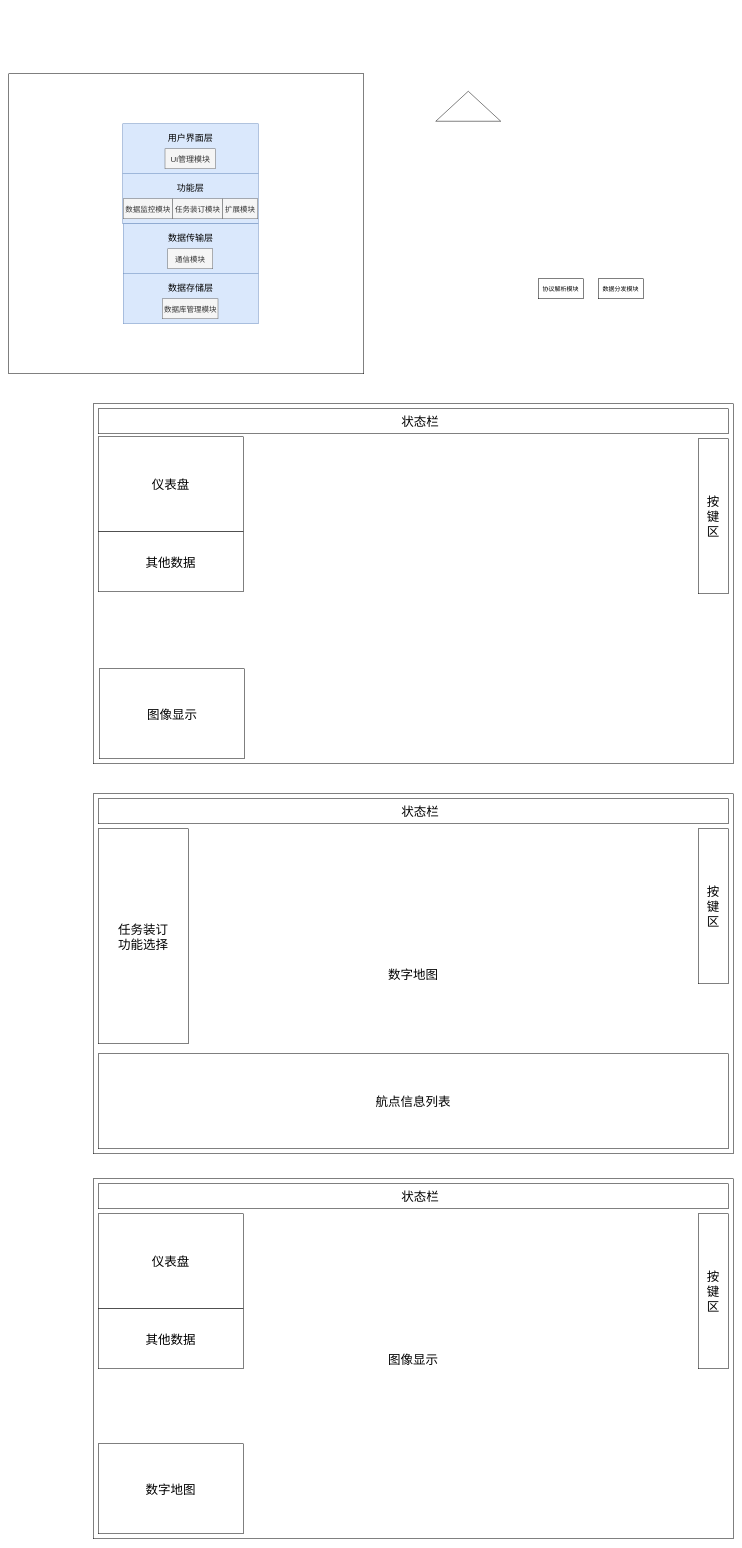
kkolento/myFlowChart keeps this draw.io diagram as Untitled Diagram.drawio. Above is the earlier version. Source tidied: cells renumbered, new cells numbered last; positions are measured from the earlier drawing's top-left corner, leaving out a move shared by most shapes. Both pictures are drawn from the tidied source at 50%, with x=0, y=0 at pixel (8, 74).
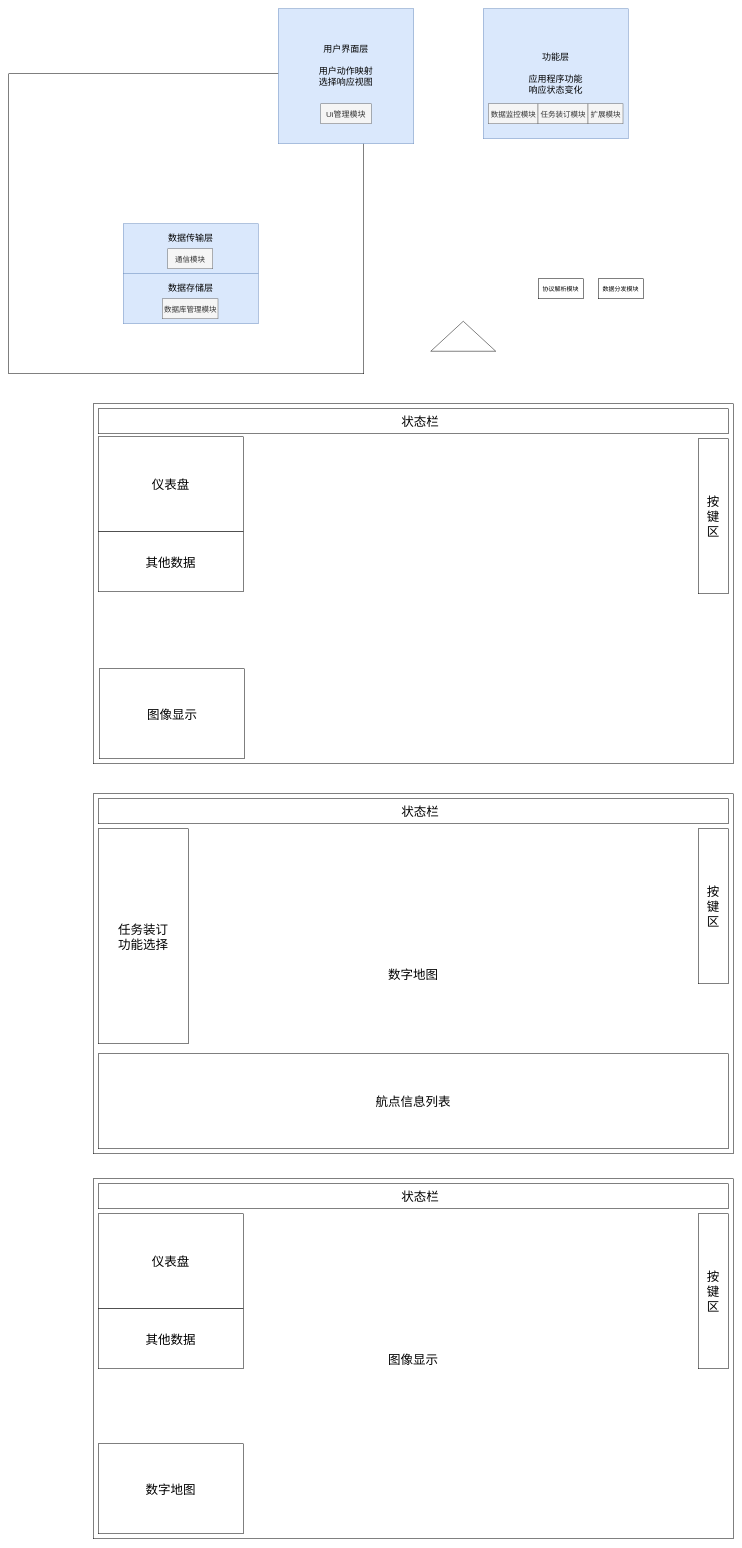
The same page after the edit.

What changed in the source:
```diff
@@
-    <mxCell id="4" value="&lt;font style=&quot;font-size: 18px&quot;&gt;功能层&lt;br&gt;&lt;br&gt;&lt;br&gt;&lt;/font&gt;" style="rounded=0;whiteSpace=wrap;html=1;fillColor=#dae8fc;strokeColor=#6c8ebf;" parent="1" vertex="1">
-      <mxGeometry x="228" y="200" width="271" height="100" as="geometry" />
+    <mxCell id="4" value="&lt;font style=&quot;font-size: 18px&quot;&gt;功能层&lt;br&gt;&lt;br&gt;应用程序功能&lt;br&gt;响应状态变化&lt;br&gt;&lt;/font&gt;" style="rounded=0;whiteSpace=wrap;html=1;fillColor=#dae8fc;strokeColor=#6c8ebf;" parent="1" vertex="1">
+      <mxGeometry x="949" y="-130" width="290" height="260" as="geometry" />
     </mxCell>
@@
     <mxCell id="8" value="数据监控模块" style="rounded=0;whiteSpace=wrap;html=1;fontSize=15;fillColor=#f5f5f5;strokeColor=#666666;fontColor=#333333;" parent="1" vertex="1">
-      <mxGeometry x="229" y="250" width="99" height="40" as="geometry" />
+      <mxGeometry x="959.5" y="60" width="99" height="40" as="geometry" />
     </mxCell>
     <mxCell id="9" value="任务装订模块" style="rounded=0;whiteSpace=wrap;html=1;fontSize=15;fillColor=#f5f5f5;strokeColor=#666666;fontColor=#333333;" parent="1" vertex="1">
-      <mxGeometry x="328" y="250" width="100" height="40" as="geometry" />
+      <mxGeometry x="1058.5" y="60" width="100" height="40" as="geometry" />
     </mxCell>
@@
     <mxCell id="12" value="扩展模块" style="rounded=0;whiteSpace=wrap;html=1;fontSize=15;fillColor=#f5f5f5;strokeColor=#666666;fontColor=#333333;" parent="1" vertex="1">
-      <mxGeometry x="428" y="250" width="70" height="40" as="geometry" />
+      <mxGeometry x="1158.5" y="60" width="70" height="40" as="geometry" />
     </mxCell>
@@
-    <mxCell id="30" value="&lt;font style=&quot;font-size: 18px&quot;&gt;用户界面层&lt;br&gt;&lt;br&gt;&lt;br&gt;&lt;/font&gt;" style="rounded=0;whiteSpace=wrap;html=1;fillColor=#dae8fc;strokeColor=#6c8ebf;" parent="1" vertex="1">
-      <mxGeometry x="228" y="100" width="271" height="100" as="geometry" />
+    <mxCell id="30" value="&lt;font style=&quot;font-size: 18px&quot;&gt;用户界面层&lt;br&gt;&lt;br&gt;用户动作映射&lt;br&gt;选择响应视图&lt;br&gt;&lt;br&gt;&lt;br&gt;&lt;/font&gt;" style="rounded=0;whiteSpace=wrap;html=1;fillColor=#dae8fc;strokeColor=#6c8ebf;" parent="1" vertex="1">
+      <mxGeometry x="539" y="-130" width="271" height="270" as="geometry" />
     </mxCell>
     <mxCell id="31" value="&lt;font style=&quot;font-size: 16px&quot;&gt;Ui管理模块&lt;/font&gt;" style="rounded=0;whiteSpace=wrap;html=1;fillColor=#f5f5f5;strokeColor=#666666;fontColor=#333333;" parent="1" vertex="1">
-      <mxGeometry x="312.5" y="150" width="101" height="40" as="geometry" />
+      <mxGeometry x="624" y="60" width="101" height="40" as="geometry" />
     </mxCell>
     <mxCell id="32" style="triangle;whiteSpace=wrap;html=1;rotation=-90;" parent="1" vertex="1">
-      <mxGeometry x="889" width="60" height="130" as="geometry" />
+      <mxGeometry x="879" y="460" width="60" height="130" as="geometry" />
     </mxCell>
```
